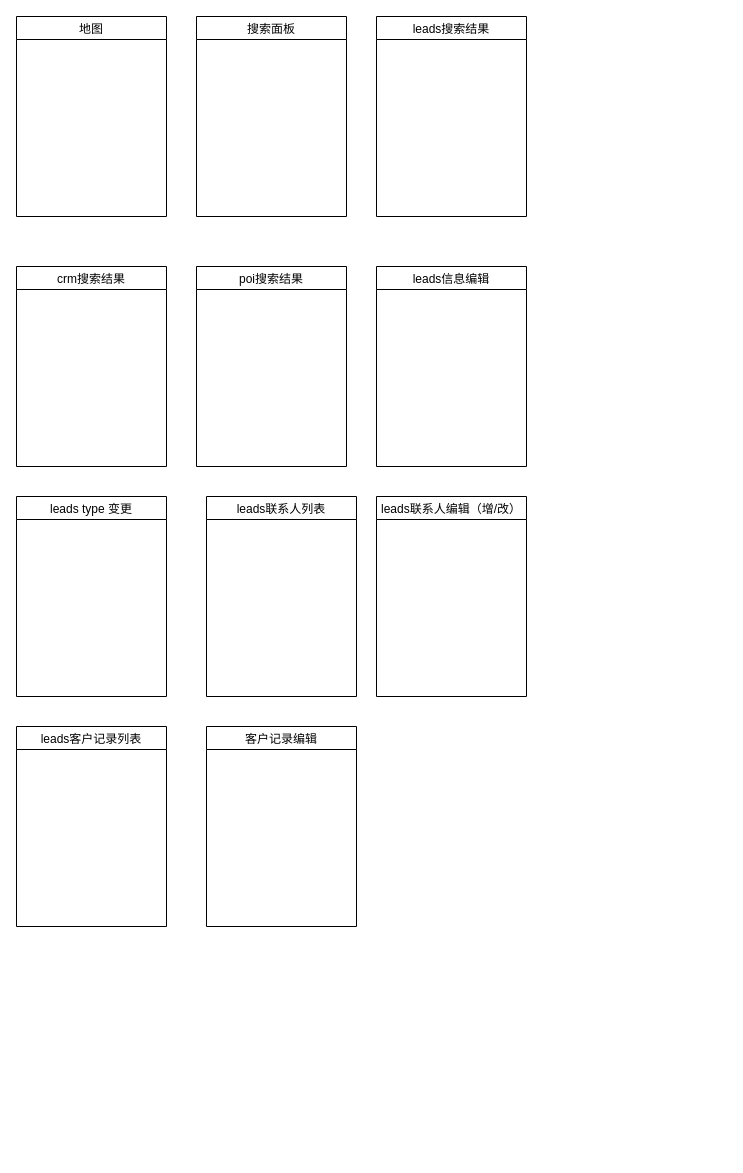
Before: Untitled Diagram.drawio in linker-junhao/diagram_drawio, a draw.io diagram. Source tidied: cells renumbered, new cells numbered last; positions are measured from the earlier drawing's top-left corner, leaving out a move shared by most shapes. Both pictures are drawn from the tidied source at 100%, with x=0, y=0 at pixel (16, 16).
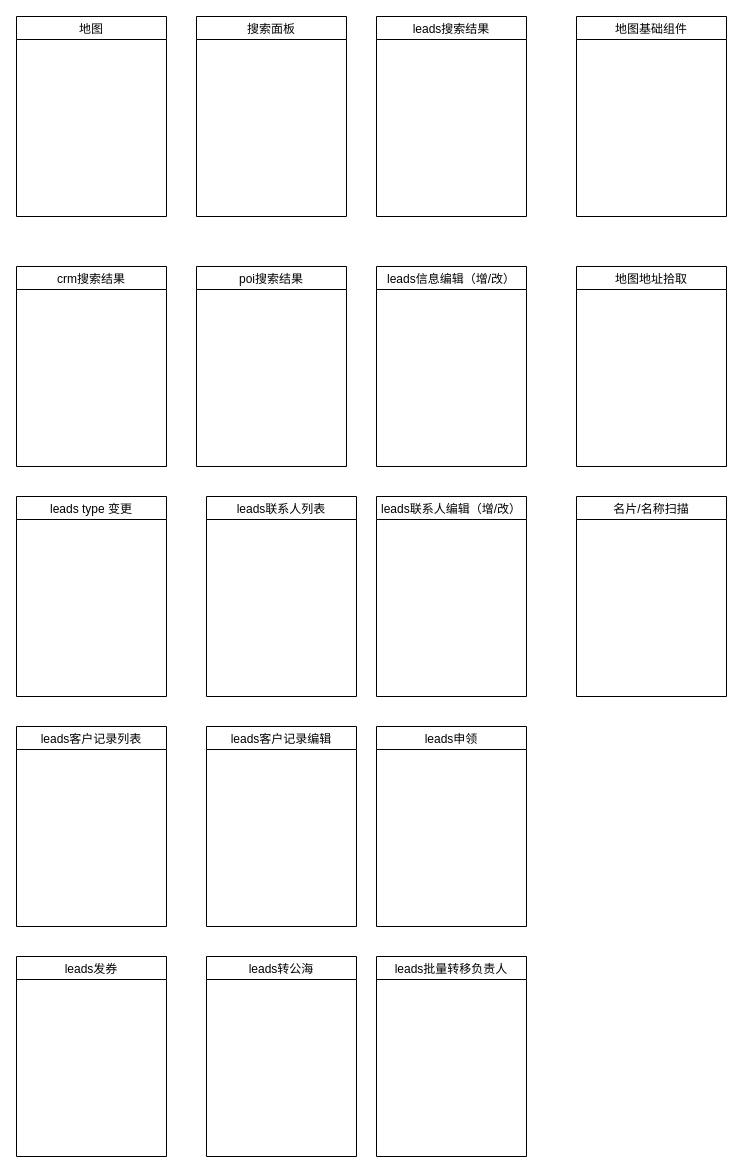
The same page after the edit.

Change to the diagram source:
```diff
@@
 <mxGraphModel>
   <root>
     <mxCell id="0" />
     <mxCell id="1" parent="0" />
     <mxCell id="2" value="地图" style="swimlane;fontStyle=0;" parent="1" vertex="1">
       <mxGeometry width="150" height="200" as="geometry" />
     </mxCell>
     <mxCell id="3" value="leads搜索结果" style="swimlane;fontStyle=0;" parent="1" vertex="1">
       <mxGeometry x="360" width="150" height="200" as="geometry" />
     </mxCell>
     <mxCell id="4" value="搜索面板" style="swimlane;fontStyle=0;" parent="1" vertex="1">
       <mxGeometry x="180" width="150" height="200" as="geometry" />
     </mxCell>
     <mxCell id="5" value="crm搜索结果" style="swimlane;fontStyle=0;" parent="1" vertex="1">
       <mxGeometry y="250" width="150" height="200" as="geometry" />
     </mxCell>
     <mxCell id="6" value="poi搜索结果" style="swimlane;fontStyle=0;" parent="1" vertex="1">
       <mxGeometry x="180" y="250" width="150" height="200" as="geometry" />
     </mxCell>
-    <mxCell id="7" value="leads信息编辑" style="swimlane;fontStyle=0;" parent="1" vertex="1">
+    <mxCell id="7" value="leads信息编辑（增/改）" style="swimlane;fontStyle=0;" parent="1" vertex="1">
       <mxGeometry x="360" y="250" width="150" height="200" as="geometry" />
     </mxCell>
     <mxCell id="8" value="leads type 变更" style="swimlane;fontStyle=0;" parent="1" vertex="1">
       <mxGeometry y="480" width="150" height="200" as="geometry" />
     </mxCell>
     <mxCell id="9" value="leads联系人列表" style="swimlane;fontStyle=0;" parent="1" vertex="1">
       <mxGeometry x="190" y="480" width="150" height="200" as="geometry" />
     </mxCell>
     <mxCell id="10" value="leads联系人编辑（增/改）" style="swimlane;fontStyle=0;" parent="1" vertex="1">
       <mxGeometry x="360" y="480" width="150" height="200" as="geometry" />
     </mxCell>
     <mxCell id="11" value="leads客户记录列表" style="swimlane;fontStyle=0;" parent="1" vertex="1">
       <mxGeometry y="710" width="150" height="200" as="geometry" />
     </mxCell>
-    <mxCell id="12" value="客户记录编辑" style="swimlane;fontStyle=0;" parent="1" vertex="1">
+    <mxCell id="12" value="leads客户记录编辑" style="swimlane;fontStyle=0;" parent="1" vertex="1">
       <mxGeometry x="190" y="710" width="150" height="200" as="geometry" />
     </mxCell>
+    <mxCell id="13" value="leads申领" style="swimlane;fontStyle=0;" parent="1" vertex="1">
+      <mxGeometry x="360" y="710" width="150" height="200" as="geometry" />
+    </mxCell>
+    <mxCell id="14" value="leads发券" style="swimlane;fontStyle=0;" parent="1" vertex="1">
+      <mxGeometry y="940" width="150" height="200" as="geometry" />
+    </mxCell>
+    <mxCell id="15" value="leads转公海" style="swimlane;fontStyle=0;" parent="1" vertex="1">
+      <mxGeometry x="190" y="940" width="150" height="200" as="geometry" />
+    </mxCell>
+    <mxCell id="16" value="leads批量转移负责人" style="swimlane;fontStyle=0;" parent="1" vertex="1">
+      <mxGeometry x="360" y="940" width="150" height="200" as="geometry" />
+    </mxCell>
+    <mxCell id="17" value="地图基础组件" style="swimlane;fontStyle=0;" parent="1" vertex="1">
+      <mxGeometry x="560" width="150" height="200" as="geometry" />
+    </mxCell>
+    <mxCell id="18" value="地图地址拾取" style="swimlane;fontStyle=0;" parent="1" vertex="1">
+      <mxGeometry x="560" y="250" width="150" height="200" as="geometry" />
+    </mxCell>
+    <mxCell id="19" value="名片/名称扫描" style="swimlane;fontStyle=0;" parent="1" vertex="1">
+      <mxGeometry x="560" y="480" width="150" height="200" as="geometry" />
+    </mxCell>
   </root>
 </mxGraphModel>
```
